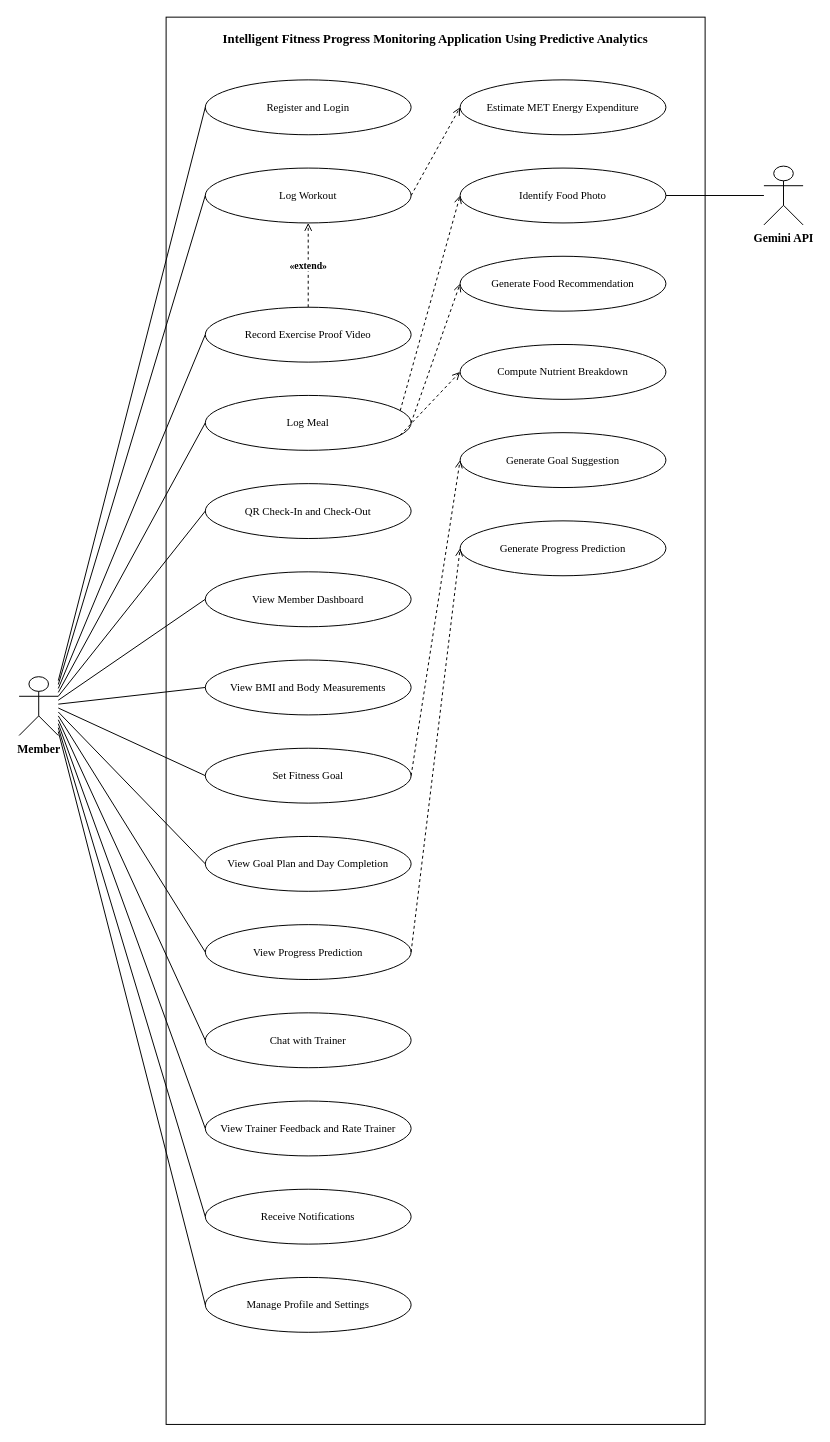
This is chapter123/UseCase-Fig26-Member.drawio from JohnPaul010505/capstsh, a draw.io file, before an edit. Source tidied: cells renumbered, new cells numbered last; positions are measured from the earlier drawing's top-left corner, leaving out a move shared by most shapes. Both pictures are drawn from the tidied source at 98%, with x=0, y=0 at pixel (19, 17).
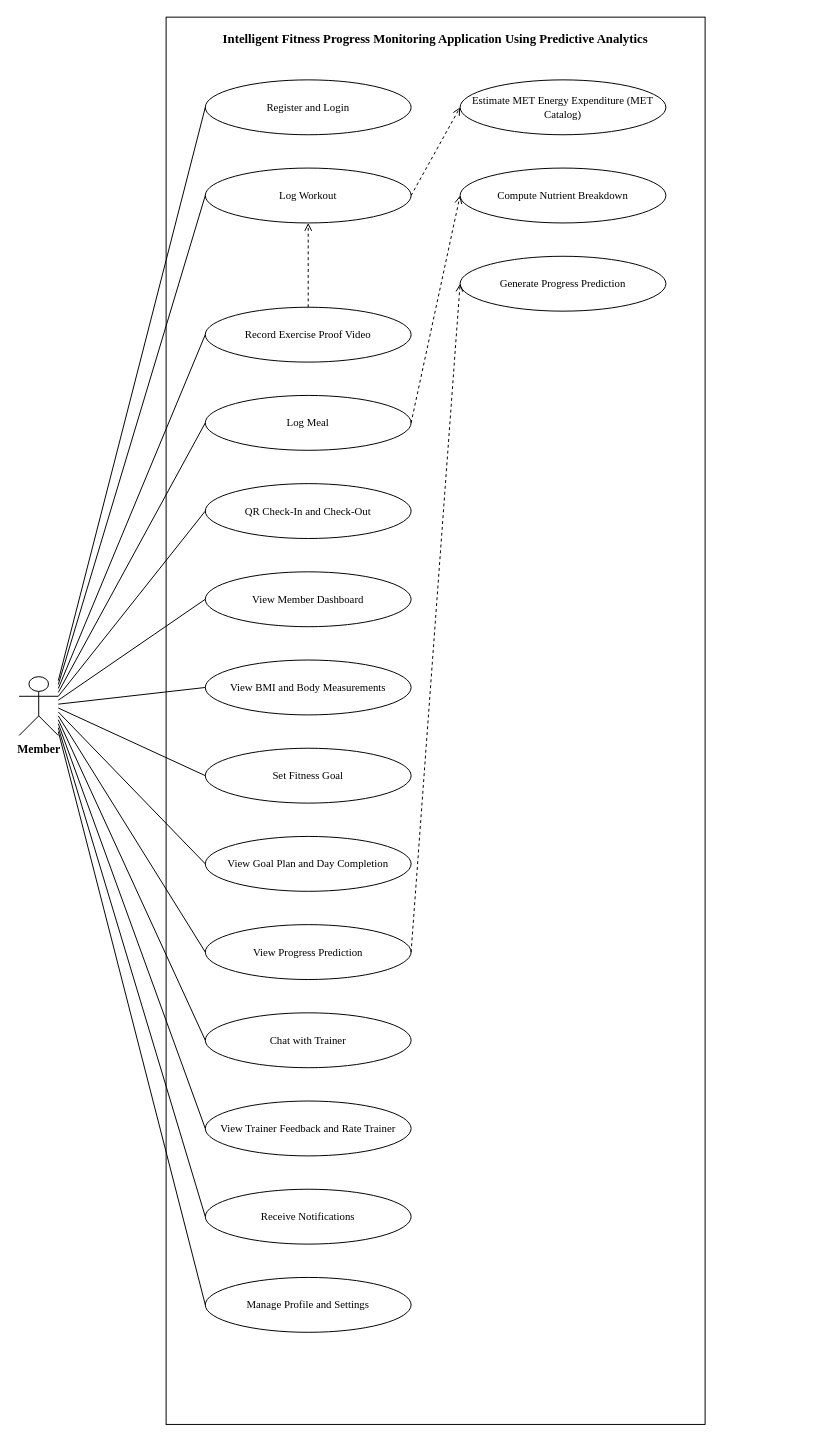
The same page after the edit.

The change refers to these unchanged cells:
```xml
<mxCell id="4" value="Log Workout" style="ellipse;whiteSpace=wrap;html=1;fillColor=#FFFFFF;strokeColor=#000000;fontFamily=Times New Roman;fontSize=11;" parent="1" vertex="1">
  <mxGeometry x="190" y="154" width="210" height="56" as="geometry" />
</mxCell>
<mxCell id="5" value="Record Exercise Proof Video" style="ellipse;whiteSpace=wrap;html=1;fillColor=#FFFFFF;strokeColor=#000000;fontFamily=Times New Roman;fontSize=11;" parent="1" vertex="1">
  <mxGeometry x="190" y="296" width="210" height="56" as="geometry" />
</mxCell>
<mxCell id="6" value="Log Meal" style="ellipse;whiteSpace=wrap;html=1;fillColor=#FFFFFF;strokeColor=#000000;fontFamily=Times New Roman;fontSize=11;" parent="1" vertex="1">
  <mxGeometry x="190" y="386" width="210" height="56" as="geometry" />
</mxCell>
<mxCell id="10" value="Set Fitness Goal" style="ellipse;whiteSpace=wrap;html=1;fillColor=#FFFFFF;strokeColor=#000000;fontFamily=Times New Roman;fontSize=11;" parent="1" vertex="1">
  <mxGeometry x="190" y="746" width="210" height="56" as="geometry" />
</mxCell>
<mxCell id="12" value="View Progress Prediction" style="ellipse;whiteSpace=wrap;html=1;fillColor=#FFFFFF;strokeColor=#000000;fontFamily=Times New Roman;fontSize=11;" parent="1" vertex="1">
  <mxGeometry x="190" y="926" width="210" height="56" as="geometry" />
</mxCell>
```

Change to the diagram source:
```diff
@@
-    <mxCell id="17" value="Estimate MET Energy Expenditure" style="ellipse;whiteSpace=wrap;html=1;fillColor=#FFFFFF;strokeColor=#000000;fontFamily=Times New Roman;fontSize=11;" parent="1" vertex="1">
-      <mxGeometry x="450" y="64" width="210" height="56" as="geometry" />
-    </mxCell>
-    <mxCell id="18" value="Identify Food Photo" style="ellipse;whiteSpace=wrap;html=1;fillColor=#FFFFFF;strokeColor=#000000;fontFamily=Times New Roman;fontSize=11;" parent="1" vertex="1">
-      <mxGeometry x="450" y="154" width="210" height="56" as="geometry" />
-    </mxCell>
-    <mxCell id="19" value="Generate Food Recommendation" style="ellipse;whiteSpace=wrap;html=1;fillColor=#FFFFFF;strokeColor=#000000;fontFamily=Times New Roman;fontSize=11;" parent="1" vertex="1">
-      <mxGeometry x="450" y="244" width="210" height="56" as="geometry" />
-    </mxCell>
+    <mxCell id="47" value="Estimate MET Energy Expenditure (MET Catalog)" style="ellipse;whiteSpace=wrap;html=1;fillColor=#FFFFFF;strokeColor=#000000;fontFamily=Times New Roman;fontSize=11;" parent="1" vertex="1">
+      <mxGeometry x="450" y="64" width="210" height="56" as="geometry" />
+    </mxCell>
     <mxCell id="20" value="Compute Nutrient Breakdown" style="ellipse;whiteSpace=wrap;html=1;fillColor=#FFFFFF;strokeColor=#000000;fontFamily=Times New Roman;fontSize=11;" parent="1" vertex="1">
-      <mxGeometry x="450" y="334" width="210" height="56" as="geometry" />
+      <mxGeometry x="450" y="154" width="210" height="56" as="geometry" />
     </mxCell>
-    <mxCell id="21" value="Generate Goal Suggestion" style="ellipse;whiteSpace=wrap;html=1;fillColor=#FFFFFF;strokeColor=#000000;fontFamily=Times New Roman;fontSize=11;" parent="1" vertex="1">
-      <mxGeometry x="450" y="424" width="210" height="56" as="geometry" />
-    </mxCell>
     <mxCell id="22" value="Generate Progress Prediction" style="ellipse;whiteSpace=wrap;html=1;fillColor=#FFFFFF;strokeColor=#000000;fontFamily=Times New Roman;fontSize=11;" parent="1" vertex="1">
-      <mxGeometry x="450" y="514" width="210" height="56" as="geometry" />
+      <mxGeometry x="450" y="244" width="210" height="56" as="geometry" />
     </mxCell>
@@
-    <mxCell id="38" value="Gemini API" style="shape=umlActor;verticalLabelPosition=bottom;verticalAlign=top;html=1;fillColor=#FFFFFF;strokeColor=#000000;fontFamily=Times New Roman;fontSize=12;fontStyle=1;" parent="1" vertex="1">
-      <mxGeometry x="760" y="152" width="40" height="60" as="geometry" />
-    </mxCell>
-    <mxCell id="39" style="endArrow=none;html=1;strokeColor=#000000;exitX=0.000;exitY=0.500;exitDx=0;exitDy=0;entryX=1.000;entryY=0.500;entryDx=0;entryDy=0;" parent="1" edge="1" source="38" target="18">
-      <mxGeometry relative="1" as="geometry" />
-    </mxCell>
-    <mxCell id="40" style="endArrow=open;endFill=0;dashed=1;html=1;strokeColor=#000000;fontFamily=Times New Roman;fontSize=10;fontStyle=1;labelBackgroundColor=#FFFFFF;exitX=1.000;exitY=0.500;exitDx=0;exitDy=0;entryX=0.000;entryY=0.500;entryDx=0;entryDy=0;" parent="1" edge="1" source="4" target="17">
+    <mxCell id="40" style="endArrow=open;endFill=0;dashed=1;html=1;strokeColor=#000000;fontFamily=Times New Roman;fontSize=10;fontStyle=1;labelBackgroundColor=#FFFFFF;exitX=1.000;exitY=0.500;exitDx=0;exitDy=0;entryX=0.000;entryY=0.500;entryDx=0;entryDy=0;" parent="1" edge="1" source="4" target="47">
       <mxGeometry relative="1" as="geometry" />
     </mxCell>
-    <mxCell id="41" style="endArrow=open;endFill=0;dashed=1;html=1;strokeColor=#000000;fontFamily=Times New Roman;fontSize=10;fontStyle=1;labelBackgroundColor=#FFFFFF;exitX=1.000;exitY=0.250;exitDx=0;exitDy=0;entryX=0.000;entryY=0.500;entryDx=0;entryDy=0;" parent="1" edge="1" source="6" target="18">
+    <mxCell id="41" style="endArrow=open;endFill=0;dashed=1;html=1;strokeColor=#000000;fontFamily=Times New Roman;fontSize=10;fontStyle=1;labelBackgroundColor=#FFFFFF;exitX=1.000;exitY=0.500;exitDx=0;exitDy=0;entryX=0.000;entryY=0.500;entryDx=0;entryDy=0;" parent="1" edge="1" source="6" target="20">
       <mxGeometry relative="1" as="geometry" />
     </mxCell>
-    <mxCell id="42" style="endArrow=open;endFill=0;dashed=1;html=1;strokeColor=#000000;fontFamily=Times New Roman;fontSize=10;fontStyle=1;labelBackgroundColor=#FFFFFF;exitX=1.000;exitY=0.500;exitDx=0;exitDy=0;entryX=0.000;entryY=0.500;entryDx=0;entryDy=0;" parent="1" edge="1" source="6" target="19">
+    <mxCell id="42" style="endArrow=open;endFill=0;dashed=1;html=1;strokeColor=#000000;fontFamily=Times New Roman;fontSize=10;fontStyle=1;labelBackgroundColor=#FFFFFF;exitX=1.000;exitY=0.500;exitDx=0;exitDy=0;entryX=0.000;entryY=0.500;entryDx=0;entryDy=0;" parent="1" edge="1" source="12" target="22">
       <mxGeometry relative="1" as="geometry" />
     </mxCell>
-    <mxCell id="43" style="endArrow=open;endFill=0;dashed=1;html=1;strokeColor=#000000;fontFamily=Times New Roman;fontSize=10;fontStyle=1;labelBackgroundColor=#FFFFFF;exitX=1.000;exitY=0.750;exitDx=0;exitDy=0;entryX=0.000;entryY=0.500;entryDx=0;entryDy=0;" parent="1" edge="1" source="6" target="20">
-      <mxGeometry relative="1" as="geometry" />
-    </mxCell>
-    <mxCell id="44" style="endArrow=open;endFill=0;dashed=1;html=1;strokeColor=#000000;fontFamily=Times New Roman;fontSize=10;fontStyle=1;labelBackgroundColor=#FFFFFF;exitX=1.000;exitY=0.500;exitDx=0;exitDy=0;entryX=0.000;entryY=0.500;entryDx=0;entryDy=0;" parent="1" edge="1" source="10" target="21">
-      <mxGeometry relative="1" as="geometry" />
-    </mxCell>
-    <mxCell id="45" style="endArrow=open;endFill=0;dashed=1;html=1;strokeColor=#000000;fontFamily=Times New Roman;fontSize=10;fontStyle=1;labelBackgroundColor=#FFFFFF;exitX=1.000;exitY=0.500;exitDx=0;exitDy=0;entryX=0.000;entryY=0.500;entryDx=0;entryDy=0;" parent="1" edge="1" source="12" target="22">
-      <mxGeometry relative="1" as="geometry" />
-    </mxCell>
-    <mxCell id="46" value="«extend»" style="endArrow=open;endFill=0;dashed=1;html=1;strokeColor=#000000;fontFamily=Times New Roman;fontSize=10;fontStyle=1;labelBackgroundColor=#FFFFFF;exitX=0.500;exitY=0.000;exitDx=0;exitDy=0;entryX=0.500;entryY=1.000;entryDx=0;entryDy=0;" parent="1" edge="1" source="5" target="4">
+    <mxCell id="46" style="endArrow=open;endFill=0;dashed=1;html=1;strokeColor=#000000;fontFamily=Times New Roman;fontSize=10;fontStyle=1;labelBackgroundColor=#FFFFFF;exitX=0.500;exitY=0.000;exitDx=0;exitDy=0;entryX=0.500;entryY=1.000;entryDx=0;entryDy=0;" parent="1" edge="1" source="5" target="4">
       <mxGeometry relative="1" as="geometry" />
     </mxCell>
```
